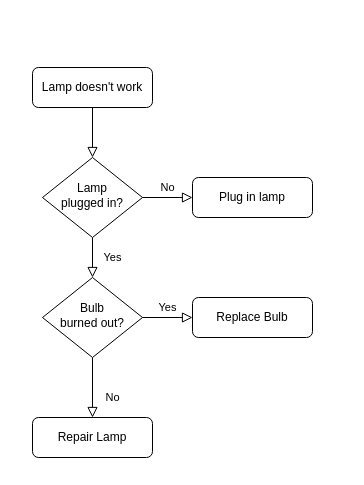
Before: Untitled Diagram.drawio in yenible/zs, a draw.io diagram. Source tidied: cells renumbered, new cells numbered last; positions are measured from the earlier drawing's top-left corner, leaving out a move shared by most shapes. Both pictures are drawn from the tidied source at 100%, with x=0, y=0 at pixel (32, 67).
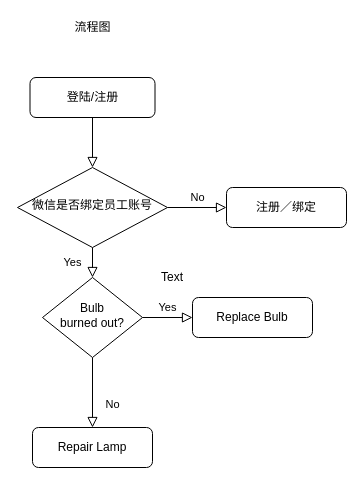
The same diagram, later.

Change to the diagram source:
```diff
@@
 <mxGraphModel>
   <root>
     <mxCell id="0" />
     <mxCell id="1" parent="0" />
     <mxCell id="2" style="rounded=0;html=1;jettySize=auto;fontSize=11;endArrow=block;endFill=0;endSize=8;strokeWidth=1;shadow=0;labelBackgroundColor=none;edgeStyle=orthogonalEdgeStyle;" parent="1" edge="1" source="3" target="6">
       <mxGeometry relative="1" as="geometry" />
     </mxCell>
-    <mxCell id="3" value="Lamp doesn't work" style="rounded=1;whiteSpace=wrap;html=1;fontSize=12;glass=0;strokeWidth=1;shadow=0;" parent="1" vertex="1">
-      <mxGeometry width="120" height="40" as="geometry" />
+    <mxCell id="3" value="登陆/注册" style="rounded=1;whiteSpace=wrap;html=1;fontSize=12;glass=0;strokeWidth=1;shadow=0;" parent="1" vertex="1">
+      <mxGeometry x="-2.5" y="10" width="125" height="40" as="geometry" />
     </mxCell>
     <mxCell id="4" value="Yes" style="rounded=0;html=1;jettySize=auto;fontSize=11;endArrow=block;endFill=0;endSize=8;strokeWidth=1;shadow=0;labelBackgroundColor=none;edgeStyle=orthogonalEdgeStyle;" parent="1" edge="1" source="6" target="10">
       <mxGeometry y="20" relative="1" as="geometry" />
     </mxCell>
     <mxCell id="5" value="No" style="edgeStyle=orthogonalEdgeStyle;rounded=0;html=1;jettySize=auto;fontSize=11;endArrow=block;endFill=0;endSize=8;strokeWidth=1;shadow=0;labelBackgroundColor=none;" parent="1" edge="1" source="6" target="7">
       <mxGeometry y="10" relative="1" as="geometry" />
     </mxCell>
-    <mxCell id="6" value="Lamp&lt;br&gt;plugged in?" style="rhombus;whiteSpace=wrap;html=1;shadow=0;fontFamily=Helvetica;fontSize=12;align=center;strokeWidth=1;spacing=6;spacingTop=-4;" parent="1" vertex="1">
-      <mxGeometry x="10" y="90" width="100" height="80" as="geometry" />
+    <mxCell id="6" value="微信是否绑定员工账号" style="rhombus;whiteSpace=wrap;html=1;shadow=0;fontFamily=Helvetica;fontSize=12;align=center;strokeWidth=1;spacing=6;spacingTop=-4;" parent="1" vertex="1">
+      <mxGeometry x="-15" y="100" width="150" height="80" as="geometry" />
     </mxCell>
-    <mxCell id="7" value="Plug in lamp" style="rounded=1;whiteSpace=wrap;html=1;fontSize=12;glass=0;strokeWidth=1;shadow=0;" parent="1" vertex="1">
-      <mxGeometry x="160" y="110" width="120" height="40" as="geometry" />
+    <mxCell id="7" value="注册／绑定" style="rounded=1;whiteSpace=wrap;html=1;fontSize=12;glass=0;strokeWidth=1;shadow=0;" parent="1" vertex="1">
+      <mxGeometry x="194" y="120" width="120" height="40" as="geometry" />
     </mxCell>
     <mxCell id="8" value="No" style="rounded=0;html=1;jettySize=auto;fontSize=11;endArrow=block;endFill=0;endSize=8;strokeWidth=1;shadow=0;labelBackgroundColor=none;edgeStyle=orthogonalEdgeStyle;" parent="1" edge="1" source="10" target="11">
       <mxGeometry x="0.33" y="20" relative="1" as="geometry" />
     </mxCell>
     <mxCell id="9" value="Yes" style="edgeStyle=orthogonalEdgeStyle;rounded=0;html=1;jettySize=auto;fontSize=11;endArrow=block;endFill=0;endSize=8;strokeWidth=1;shadow=0;labelBackgroundColor=none;" parent="1" edge="1" source="10" target="12">
       <mxGeometry y="10" relative="1" as="geometry" />
     </mxCell>
     <mxCell id="10" value="Bulb&lt;br&gt;burned out?" style="rhombus;whiteSpace=wrap;html=1;shadow=0;fontFamily=Helvetica;fontSize=12;align=center;strokeWidth=1;spacing=6;spacingTop=-4;" parent="1" vertex="1">
       <mxGeometry x="10" y="210" width="100" height="80" as="geometry" />
     </mxCell>
     <mxCell id="11" value="Repair Lamp" style="rounded=1;whiteSpace=wrap;html=1;fontSize=12;glass=0;strokeWidth=1;shadow=0;" parent="1" vertex="1">
-      <mxGeometry y="350" width="120" height="40" as="geometry" />
+      <mxGeometry y="360" width="120" height="40" as="geometry" />
     </mxCell>
     <mxCell id="12" value="Replace Bulb" style="rounded=1;whiteSpace=wrap;html=1;fontSize=12;glass=0;strokeWidth=1;shadow=0;" parent="1" vertex="1">
       <mxGeometry x="160" y="230" width="120" height="40" as="geometry" />
     </mxCell>
+    <mxCell id="13" value="Text" style="text;html=1;strokeColor=none;fillColor=none;align=center;verticalAlign=middle;whiteSpace=wrap;rounded=0;" parent="1" vertex="1">
+      <mxGeometry x="120" y="200" width="40" height="20" as="geometry" />
+    </mxCell>
+    <mxCell id="14" value="流程图" style="text;html=1;align=center;verticalAlign=middle;" parent="1" vertex="1">
+      <mxGeometry x="35" y="-50" width="50" height="20" as="geometry" />
+    </mxCell>
   </root>
 </mxGraphModel>
```
